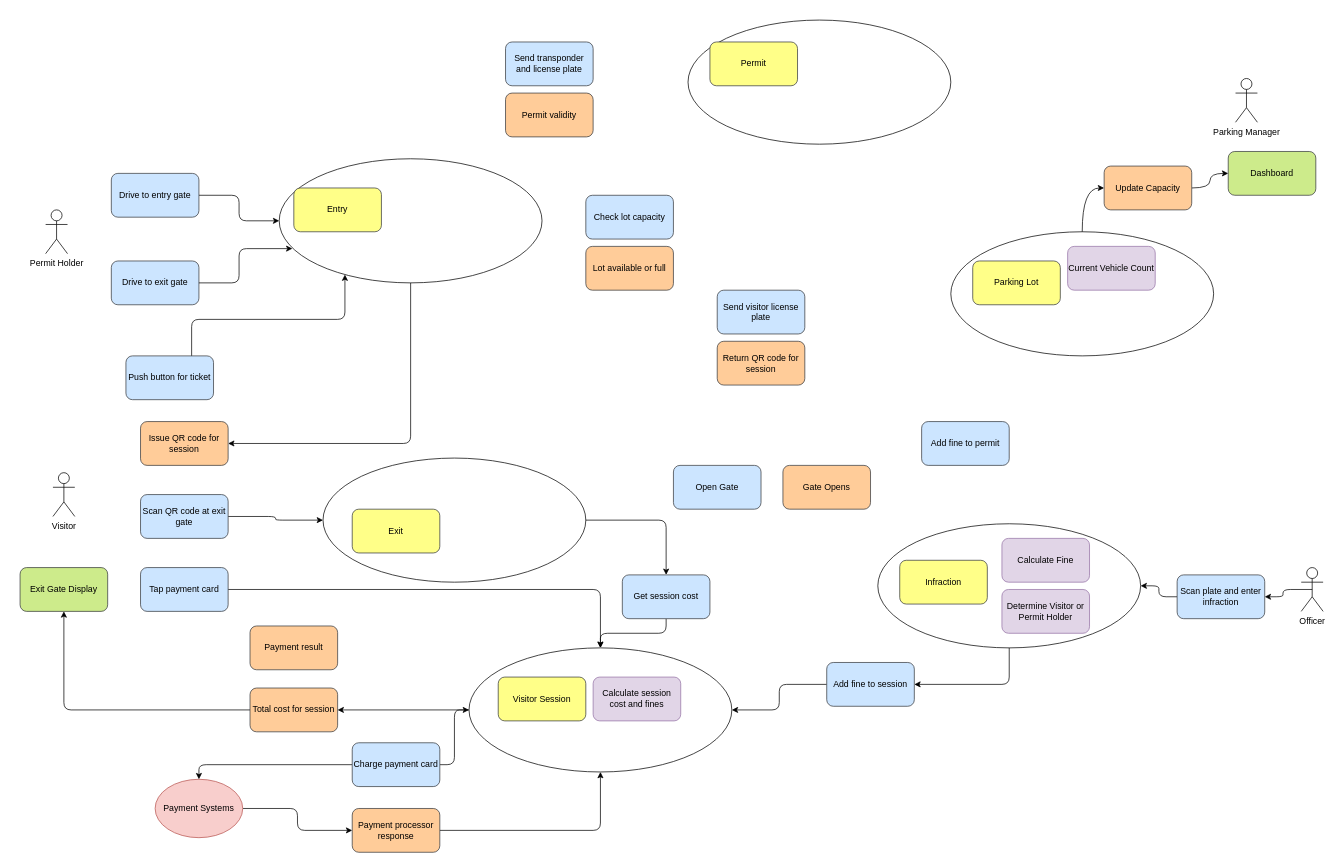
Above: mvp.drawio in harwoodr/drawio (draw.io), before the change. Source tidied: cells renumbered, new cells numbered last; positions are measured from the earlier drawing's top-left corner, leaving out a move shared by most shapes. Both pictures are drawn from the tidied source at 73%, with x=0, y=0 at pixel (20, 20).
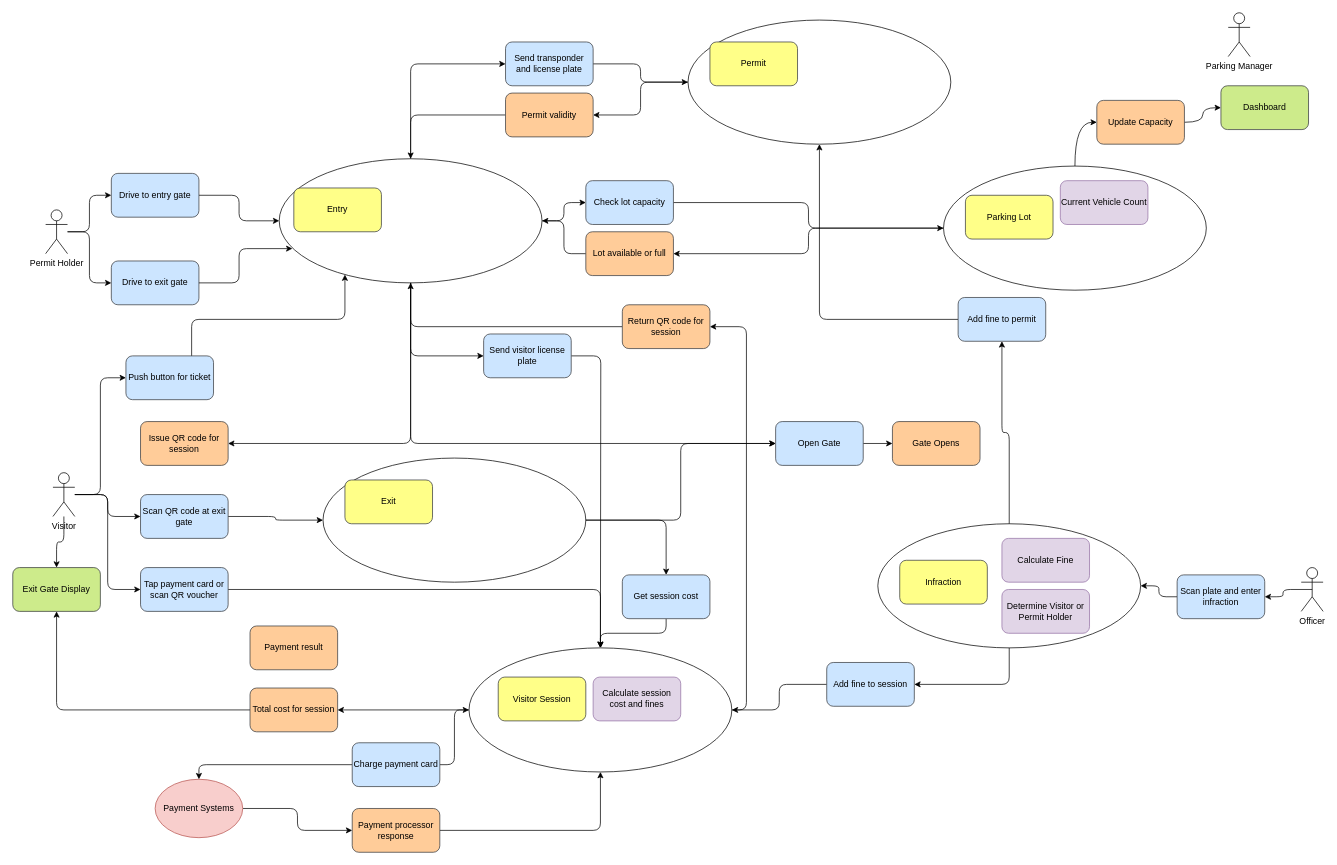
The same page after the edit.

The change refers to these unchanged cells:
```xml
<mxCell id="3" style="ellipse;whiteSpace=wrap;html=1;fillColor=none;rounded=1;" parent="1" vertex="1">
  <mxGeometry x="915" width="360" height="170" as="geometry" />
</mxCell>
<mxCell id="4" style="ellipse;whiteSpace=wrap;html=1;fillColor=none;rounded=1;" parent="1" vertex="1">
  <mxGeometry x="355" y="190" width="360" height="170" as="geometry" />
</mxCell>
<mxCell id="5" style="ellipse;whiteSpace=wrap;html=1;fillColor=none;rounded=1;" parent="1" vertex="1">
  <mxGeometry x="615" y="860" width="360" height="170" as="geometry" />
</mxCell>
<mxCell id="6" style="ellipse;whiteSpace=wrap;html=1;fillColor=none;rounded=1;" parent="1" vertex="1">
  <mxGeometry x="1175" y="690" width="360" height="170" as="geometry" />
</mxCell>
<mxCell id="7" value="Permit Holder" style="shape=umlActor;verticalLabelPosition=bottom;verticalAlign=top;html=1;rounded=1;" parent="1" vertex="1">
  <mxGeometry x="35" y="260" width="30" height="60" as="geometry" />
</mxCell>
<mxCell id="9" value="Drive to exit gate" style="rounded=1;whiteSpace=wrap;html=1;fillColor=#cce5ff;strokeColor=#36393d;" parent="1" vertex="1">
  <mxGeometry x="125" y="330" width="120" height="60" as="geometry" />
</mxCell>
<mxCell id="11" value="Drive to entry gate" style="rounded=1;whiteSpace=wrap;html=1;fillColor=#cce5ff;strokeColor=#36393d;" parent="1" vertex="1">
  <mxGeometry x="125" y="210" width="120" height="60" as="geometry" />
</mxCell>
<mxCell id="14" value="Push button for ticket" style="rounded=1;whiteSpace=wrap;html=1;fillColor=#cce5ff;strokeColor=#36393d;" parent="1" vertex="1">
  <mxGeometry x="145" y="460" width="120" height="60" as="geometry" />
</mxCell>
<mxCell id="16" value="Scan QR code at exit gate" style="rounded=1;whiteSpace=wrap;html=1;fillColor=#cce5ff;strokeColor=#36393d;" parent="1" vertex="1">
  <mxGeometry x="165" y="650" width="120" height="60" as="geometry" />
</mxCell>
<mxCell id="20" value="Visitor" style="shape=umlActor;verticalLabelPosition=bottom;verticalAlign=top;html=1;rounded=1;" parent="1" vertex="1">
  <mxGeometry x="45" y="620" width="30" height="60" as="geometry" />
</mxCell>
<mxCell id="27" value="Send transponder and license plate" style="rounded=1;whiteSpace=wrap;html=1;fillColor=#cce5ff;strokeColor=#36393d;" parent="1" vertex="1">
  <mxGeometry x="665" y="30" width="120" height="60" as="geometry" />
</mxCell>
<mxCell id="28" style="ellipse;whiteSpace=wrap;html=1;fillColor=none;rounded=1;" parent="1" vertex="1">
  <mxGeometry x="415" y="600" width="360" height="170" as="geometry" />
</mxCell>
<mxCell id="31" value="Permit validity" style="rounded=1;whiteSpace=wrap;html=1;fillColor=#ffcc99;strokeColor=#36393d;" parent="1" vertex="1">
  <mxGeometry x="665" y="100" width="120" height="60" as="geometry" />
</mxCell>
```

Diff of the diagram source:
```diff
@@
+    <mxCell id="68" style="edgeStyle=orthogonalEdgeStyle;rounded=1;jettySize=auto;html=1;exitX=0;exitY=0.5;exitDx=0;exitDy=0;entryX=1;entryY=0.5;entryDx=0;entryDy=0;" parent="1" edge="1" source="2" target="30">
+      <mxGeometry relative="1" as="geometry" />
+    </mxCell>
     <mxCell id="2" style="ellipse;whiteSpace=wrap;html=1;fillColor=none;rounded=1;" parent="1" vertex="1">
-      <mxGeometry x="1275" y="290" width="360" height="170" as="geometry" />
+      <mxGeometry x="1265" y="200" width="360" height="170" as="geometry" />
     </mxCell>
+    <mxCell id="69" style="edgeStyle=orthogonalEdgeStyle;rounded=1;jettySize=auto;html=1;exitX=0;exitY=0.5;exitDx=0;exitDy=0;entryX=1;entryY=0.5;entryDx=0;entryDy=0;" parent="1" edge="1" source="3" target="31">
+      <mxGeometry relative="1" as="geometry" />
+    </mxCell>
@@
+    <mxCell id="70" style="edgeStyle=orthogonalEdgeStyle;rounded=1;jettySize=auto;html=1;exitX=0.5;exitY=0;exitDx=0;exitDy=0;entryX=0;entryY=0.5;entryDx=0;entryDy=0;" parent="1" edge="1" source="4" target="27">
+      <mxGeometry relative="1" as="geometry" />
+    </mxCell>
+    <mxCell id="71" style="edgeStyle=orthogonalEdgeStyle;rounded=1;jettySize=auto;html=1;exitX=1;exitY=0.5;exitDx=0;exitDy=0;entryX=0;entryY=0.5;entryDx=0;entryDy=0;" parent="1" edge="1" source="4" target="29">
+      <mxGeometry relative="1" as="geometry" />
+    </mxCell>
+    <mxCell id="72" style="edgeStyle=orthogonalEdgeStyle;rounded=1;jettySize=auto;html=1;exitX=0.5;exitY=1;exitDx=0;exitDy=0;entryX=0;entryY=0.5;entryDx=0;entryDy=0;" parent="1" edge="1" source="4" target="21">
+      <mxGeometry relative="1" as="geometry" />
+    </mxCell>
+    <mxCell id="73" style="edgeStyle=orthogonalEdgeStyle;rounded=1;jettySize=auto;html=1;exitX=0.5;exitY=1;exitDx=0;exitDy=0;entryX=0;entryY=0.5;entryDx=0;entryDy=0;" parent="1" edge="1" source="4" target="22">
+      <mxGeometry relative="1" as="geometry" />
+    </mxCell>
@@
+    <mxCell id="74" style="edgeStyle=orthogonalEdgeStyle;rounded=1;jettySize=auto;html=1;exitX=1;exitY=0.5;exitDx=0;exitDy=0;entryX=1;entryY=0.5;entryDx=0;entryDy=0;" parent="1" edge="1" source="5" target="24">
+      <mxGeometry relative="1" as="geometry" />
+    </mxCell>
@@
+    <mxCell id="75" style="edgeStyle=orthogonalEdgeStyle;rounded=1;jettySize=auto;html=1;exitX=0.5;exitY=0;exitDx=0;exitDy=0;" parent="1" edge="1" source="6" target="57">
+      <mxGeometry relative="1" as="geometry" />
+    </mxCell>
@@
+    <mxCell id="76" style="edgeStyle=orthogonalEdgeStyle;rounded=1;jettySize=auto;html=1;" parent="1" edge="1" source="7" target="11">
+      <mxGeometry relative="1" as="geometry" />
+    </mxCell>
+    <mxCell id="77" style="edgeStyle=orthogonalEdgeStyle;rounded=1;jettySize=auto;html=1;entryX=0;entryY=0.5;entryDx=0;entryDy=0;" parent="1" edge="1" source="7" target="9">
+      <mxGeometry relative="1" as="geometry" />
+    </mxCell>
@@
     <mxCell id="17" value="Exit Gate Display" style="rounded=1;whiteSpace=wrap;html=1;fillColor=#cdeb8b;strokeColor=#36393d;" parent="1" vertex="1">
-      <mxGeometry y="750" width="120" height="60" as="geometry" />
+      <mxGeometry x="-10" y="750" width="120" height="60" as="geometry" />
     </mxCell>
@@
+    <mxCell id="78" style="edgeStyle=orthogonalEdgeStyle;rounded=1;jettySize=auto;html=1;entryX=0.5;entryY=0;entryDx=0;entryDy=0;" parent="1" edge="1" source="20" target="17">
+      <mxGeometry relative="1" as="geometry" />
+    </mxCell>
+    <mxCell id="79" style="edgeStyle=orthogonalEdgeStyle;rounded=1;jettySize=auto;html=1;entryX=0;entryY=0.5;entryDx=0;entryDy=0;" parent="1" edge="1" source="20" target="14">
+      <mxGeometry relative="1" as="geometry" />
+    </mxCell>
+    <mxCell id="80" style="edgeStyle=orthogonalEdgeStyle;rounded=1;jettySize=auto;html=1;entryX=0;entryY=0.5;entryDx=0;entryDy=0;" parent="1" edge="1" source="20" target="16">
+      <mxGeometry relative="1" as="geometry" />
+    </mxCell>
+    <mxCell id="81" style="edgeStyle=orthogonalEdgeStyle;rounded=1;jettySize=auto;html=1;entryX=0;entryY=0.5;entryDx=0;entryDy=0;" parent="1" edge="1" source="20" target="61">
+      <mxGeometry relative="1" as="geometry" />
+    </mxCell>
@@
+    <mxCell id="82" style="edgeStyle=orthogonalEdgeStyle;rounded=1;jettySize=auto;html=1;exitX=1;exitY=0.5;exitDx=0;exitDy=0;entryX=0;entryY=0.5;entryDx=0;entryDy=0;" parent="1" edge="1" source="21" target="23">
+      <mxGeometry relative="1" as="geometry" />
+    </mxCell>
     <mxCell id="21" value="Open Gate" style="rounded=1;whiteSpace=wrap;html=1;fillColor=#cce5ff;strokeColor=#36393d;" parent="1" vertex="1">
-      <mxGeometry x="895" y="610" width="120" height="60" as="geometry" />
+      <mxGeometry x="1035" y="550" width="120" height="60" as="geometry" />
     </mxCell>
+    <mxCell id="83" style="edgeStyle=orthogonalEdgeStyle;rounded=1;jettySize=auto;html=1;exitX=1;exitY=0.5;exitDx=0;exitDy=0;" parent="1" edge="1" source="22">
+      <mxGeometry relative="1" as="geometry">
+        <mxPoint x="795" y="860" as="targetPoint" />
+      </mxGeometry>
+    </mxCell>
     <mxCell id="22" value="Send visitor license plate" style="rounded=1;whiteSpace=wrap;html=1;fillColor=#cce5ff;strokeColor=#36393d;" parent="1" vertex="1">
-      <mxGeometry x="955" y="370" width="120" height="60" as="geometry" />
+      <mxGeometry x="635" y="430" width="120" height="60" as="geometry" />
     </mxCell>
     <mxCell id="23" value="Gate Opens" style="rounded=1;whiteSpace=wrap;html=1;fillColor=#ffcc99;strokeColor=#36393d;" parent="1" vertex="1">
-      <mxGeometry x="1045" y="610" width="120" height="60" as="geometry" />
+      <mxGeometry x="1195" y="550" width="120" height="60" as="geometry" />
     </mxCell>
+    <mxCell id="84" style="edgeStyle=orthogonalEdgeStyle;rounded=1;jettySize=auto;html=1;exitX=0;exitY=0.5;exitDx=0;exitDy=0;entryX=0.5;entryY=1;entryDx=0;entryDy=0;" parent="1" edge="1" source="24" target="4">
+      <mxGeometry relative="1" as="geometry" />
+    </mxCell>
     <mxCell id="24" value="Return QR code for session" style="rounded=1;whiteSpace=wrap;html=1;fillColor=#ffcc99;strokeColor=#36393d;" parent="1" vertex="1">
-      <mxGeometry x="955" y="440" width="120" height="60" as="geometry" />
+      <mxGeometry x="825" y="390" width="120" height="60" as="geometry" />
     </mxCell>
@@
+    <mxCell id="85" style="edgeStyle=orthogonalEdgeStyle;rounded=1;jettySize=auto;html=1;exitX=1;exitY=0.5;exitDx=0;exitDy=0;" parent="1" edge="1" source="27" target="3">
+      <mxGeometry relative="1" as="geometry" />
+    </mxCell>
@@
+    <mxCell id="86" style="edgeStyle=orthogonalEdgeStyle;rounded=1;jettySize=auto;html=1;exitX=1;exitY=0.5;exitDx=0;exitDy=0;entryX=0;entryY=0.5;entryDx=0;entryDy=0;" parent="1" edge="1" source="28" target="21">
+      <mxGeometry relative="1" as="geometry" />
+    </mxCell>
@@
+    <mxCell id="87" style="edgeStyle=orthogonalEdgeStyle;rounded=1;jettySize=auto;html=1;exitX=1;exitY=0.5;exitDx=0;exitDy=0;entryX=0;entryY=0.5;entryDx=0;entryDy=0;" parent="1" edge="1" source="29" target="2">
+      <mxGeometry relative="1" as="geometry" />
+    </mxCell>
     <mxCell id="29" value="Check lot capacity" style="rounded=1;whiteSpace=wrap;html=1;fillColor=#cce5ff;strokeColor=#36393d;" parent="1" vertex="1">
-      <mxGeometry x="775" y="240" width="120" height="60" as="geometry" />
+      <mxGeometry x="775" y="220" width="120" height="60" as="geometry" />
     </mxCell>
+    <mxCell id="88" style="edgeStyle=orthogonalEdgeStyle;rounded=1;jettySize=auto;html=1;exitX=0;exitY=0.5;exitDx=0;exitDy=0;entryX=1;entryY=0.5;entryDx=0;entryDy=0;" parent="1" edge="1" source="30" target="4">
+      <mxGeometry relative="1" as="geometry" />
+    </mxCell>
     <mxCell id="30" value="Lot available or full" style="rounded=1;whiteSpace=wrap;html=1;fillColor=#ffcc99;strokeColor=#36393d;" parent="1" vertex="1">
-      <mxGeometry x="775" y="310" width="120" height="60" as="geometry" />
+      <mxGeometry x="775" y="290" width="120" height="60" as="geometry" />
     </mxCell>
+    <mxCell id="89" style="edgeStyle=orthogonalEdgeStyle;rounded=1;jettySize=auto;html=1;exitX=0;exitY=0.5;exitDx=0;exitDy=0;entryX=0.5;entryY=0;entryDx=0;entryDy=0;" parent="1" edge="1" source="31" target="4">
+      <mxGeometry relative="1" as="geometry" />
+    </mxCell>
@@
     <mxCell id="34" value="Parking Lot" style="rounded=1;whiteSpace=wrap;html=1;fillColor=#ffff88;strokeColor=#36393d;" parent="1" vertex="1">
-      <mxGeometry x="1305" y="330" width="120" height="60" as="geometry" />
+      <mxGeometry x="1295" y="240" width="120" height="60" as="geometry" />
     </mxCell>
@@
     <mxCell id="43" value="Current Vehicle Count" style="rounded=1;whiteSpace=wrap;html=1;fillColor=#e1d5e7;strokeColor=#9673a6;" parent="1" vertex="1">
-      <mxGeometry x="1435" y="310" width="120" height="60" as="geometry" />
+      <mxGeometry x="1425" y="220" width="120" height="60" as="geometry" />
     </mxCell>
@@
     <mxCell id="46" value="Dashboard" style="rounded=1;whiteSpace=wrap;html=1;fillColor=#cdeb8b;strokeColor=#36393d;" parent="1" vertex="1">
-      <mxGeometry x="1655" y="180" width="120" height="60" as="geometry" />
+      <mxGeometry x="1645" y="90" width="120" height="60" as="geometry" />
     </mxCell>
@@
     <mxCell id="48" value="Update Capacity" style="rounded=1;whiteSpace=wrap;html=1;fillColor=#ffcc99;strokeColor=#36393d;" parent="1" vertex="1">
-      <mxGeometry x="1485" y="200" width="120" height="60" as="geometry" />
+      <mxGeometry x="1475" y="110" width="120" height="60" as="geometry" />
     </mxCell>
     <mxCell id="49" value="Parking Manager" style="shape=umlActor;verticalLabelPosition=bottom;verticalAlign=top;html=1;rounded=1;" parent="1" vertex="1">
-      <mxGeometry x="1665" y="80" width="30" height="60" as="geometry" />
+      <mxGeometry x="1655" y="-10" width="30" height="60" as="geometry" />
     </mxCell>
@@
+    <mxCell id="90" style="edgeStyle=orthogonalEdgeStyle;rounded=1;jettySize=auto;html=1;exitX=0;exitY=0.5;exitDx=0;exitDy=0;entryX=0.5;entryY=1;entryDx=0;entryDy=0;" parent="1" edge="1" source="57" target="3">
+      <mxGeometry relative="1" as="geometry" />
+    </mxCell>
     <mxCell id="57" value="Add fine to permit" style="rounded=1;whiteSpace=wrap;html=1;fillColor=#cce5ff;strokeColor=#36393d;" parent="1" vertex="1">
-      <mxGeometry x="1235" y="550" width="120" height="60" as="geometry" />
+      <mxGeometry x="1285" y="380" width="120" height="60" as="geometry" />
     </mxCell>
@@
     <mxCell id="59" value="Exit" style="rounded=1;whiteSpace=wrap;html=1;fillColor=#ffff88;strokeColor=#36393d;" parent="1" vertex="1">
-      <mxGeometry x="455" y="670" width="120" height="60" as="geometry" />
+      <mxGeometry x="445" y="630" width="120" height="60" as="geometry" />
     </mxCell>
@@
-    <mxCell id="61" value="Tap payment card" style="rounded=1;whiteSpace=wrap;html=1;fillColor=#cce5ff;strokeColor=#36393d;" parent="1" vertex="1">
+    <mxCell id="61" value="Tap payment card or scan QR voucher" style="rounded=1;whiteSpace=wrap;html=1;fillColor=#cce5ff;strokeColor=#36393d;" parent="1" vertex="1">
       <mxGeometry x="165" y="750" width="120" height="60" as="geometry" />
     </mxCell>
```
